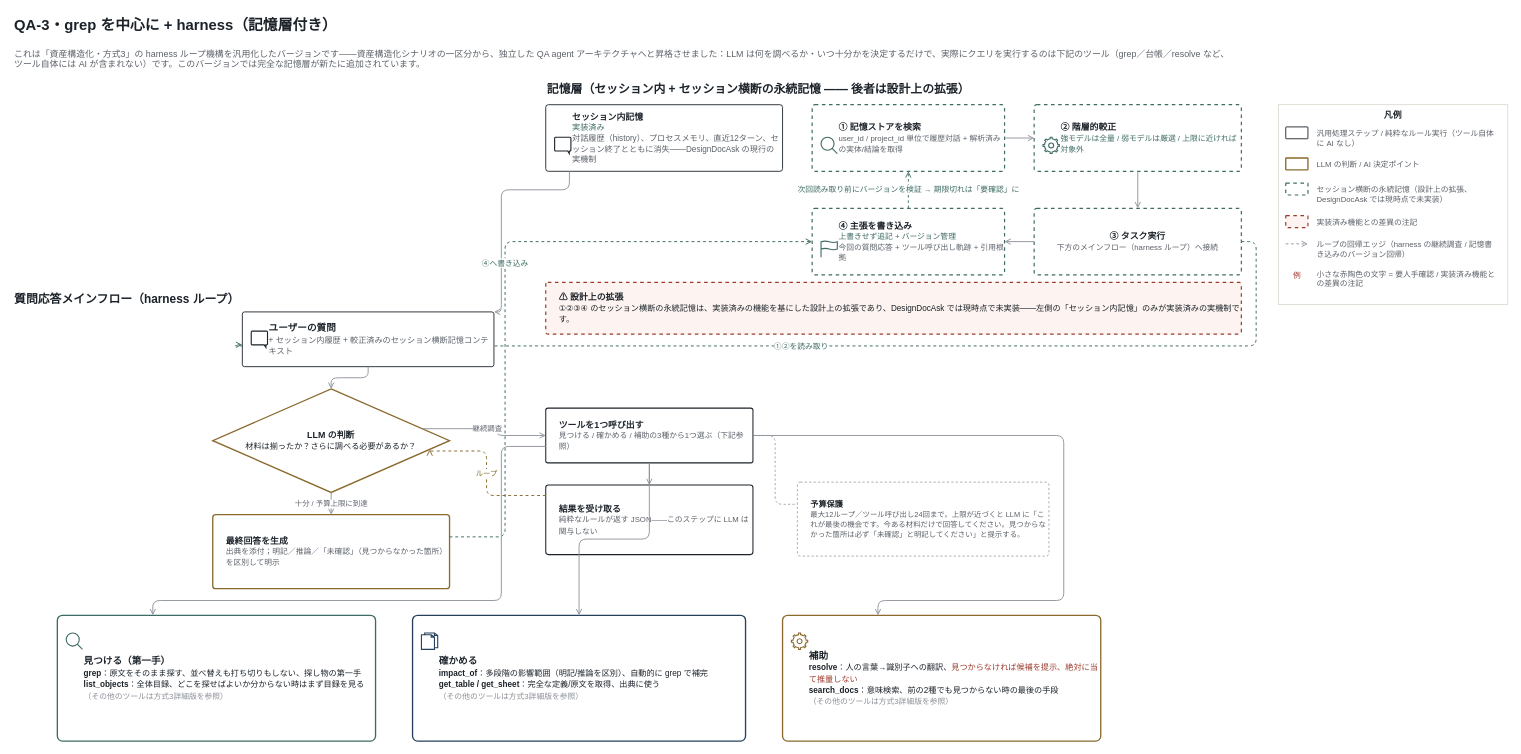
Before: drawio/qa-03-grep-harness-ja.drawio in tiand23/AICompass, a draw.io diagram. Source tidied: cells renumbered, new cells numbered last; positions are measured from the earlier drawing's top-left corner, leaving out a move shared by most shapes. Both pictures are drawn from the tidied source at 74%, with x=0, y=0 at pixel (13, 13).
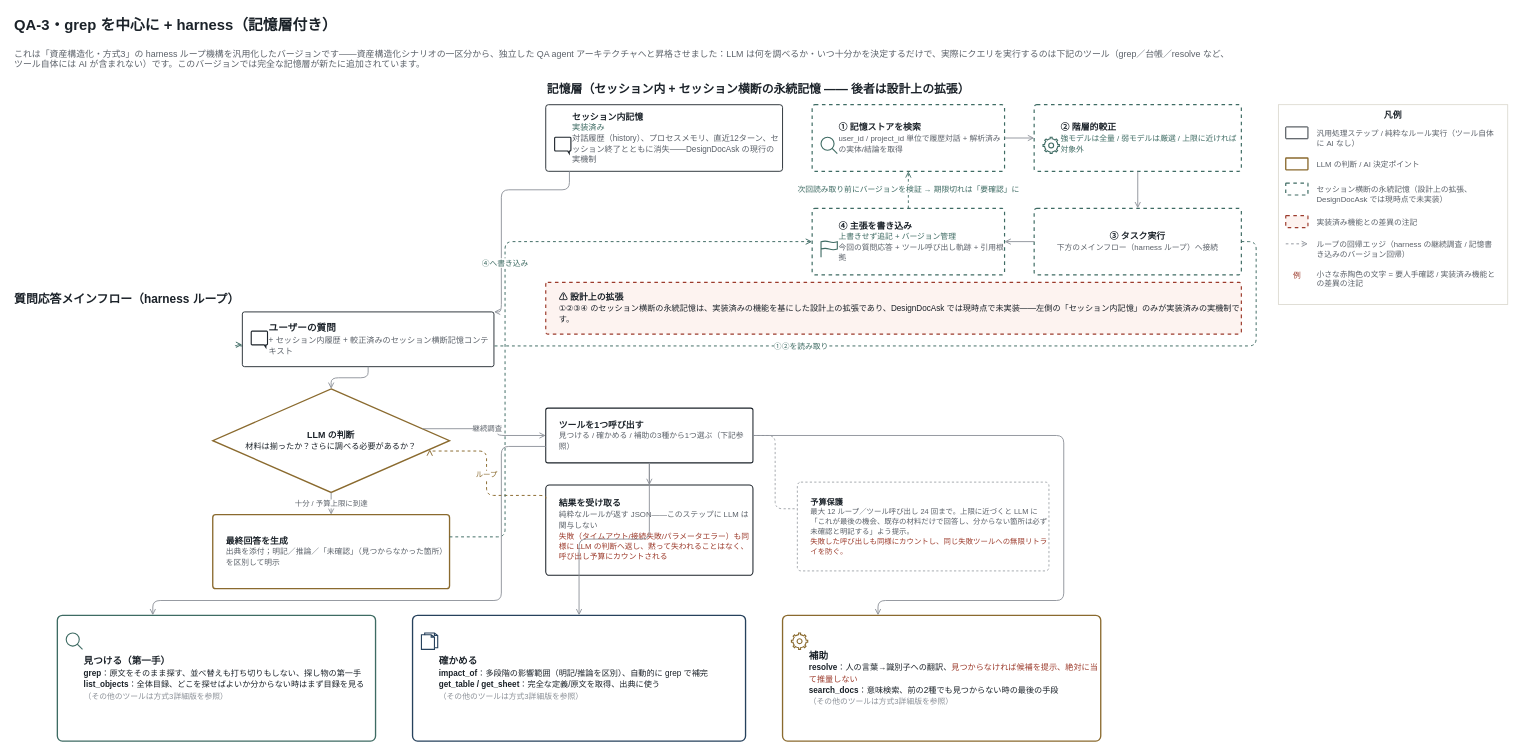
After the change.

Change to the diagram source:
```diff
@@
-    <mxCell id="28" value="&lt;b&gt;結果を受け取る&lt;/b&gt;&lt;br&gt;&lt;font style=&quot;font-size:10.5px&quot; color=#5B6169&gt;純粋なルールが返す JSON——このステップに LLM は関与しない&lt;/font&gt;" style="rounded=1;arcSize=4;whiteSpace=wrap;html=1;fillColor=#FFFFFF;strokeColor=#1B2229;strokeWidth=1.4;align=left;verticalAlign=middle;spacingLeft=16;fontSize=12;fontColor=#1B2229;fontFamily=Helvetica;" parent="1" vertex="1">
-      <mxGeometry x="720" y="638" width="280" height="94" as="geometry" />
+    <mxCell id="28" value="&lt;b&gt;結果を受け取る&lt;/b&gt;&lt;br&gt;&lt;font style=&quot;font-size:10.5px&quot; color=#5B6169&gt;純粋なルールが返す JSON——このステップに LLM は関与しない&lt;/font&gt;&lt;br&gt;&lt;font style=&quot;font-size:10.5px&quot; color=#9C3B2C&gt;失敗（タイムアウト/接続失敗/パラメータエラー）も同様に LLM の判断へ返し、黙って失われることはなく、呼び出し予算にカウントされる&lt;/font&gt;" style="rounded=1;arcSize=4;whiteSpace=wrap;html=1;fillColor=#FFFFFF;strokeColor=#1B2229;strokeWidth=1.4;align=left;verticalAlign=middle;spacingLeft=16;fontSize=12;fontColor=#1B2229;fontFamily=Helvetica;" parent="1" vertex="1">
+      <mxGeometry x="720" y="638" width="280" height="122" as="geometry" />
     </mxCell>
@@
-    <mxCell id="33" value="&lt;b&gt;予算保護&lt;/b&gt;&lt;br&gt;&lt;font style=&quot;font-size:10px&quot; color=#5B6169&gt;最大12ループ／ツール呼び出し24回まで。上限が近づくと LLM に「これが最後の機会です。今ある材料だけで回答してください。見つからなかった箇所は必ず「未確認」と明記してください」と提示する。&lt;/font&gt;" style="rounded=1;arcSize=4;dashed=1;whiteSpace=wrap;html=1;fillColor=#FFFFFF;strokeColor=#8A8F96;strokeWidth=1;align=left;verticalAlign=middle;spacingLeft=16;fontSize=11;fontColor=#1B2229;fontFamily=Helvetica;" parent="1" vertex="1">
-      <mxGeometry x="1060" y="634" width="340" height="100" as="geometry" />
+    <mxCell id="33" value="&lt;b&gt;予算保護&lt;/b&gt;&lt;br&gt;&lt;font style=&quot;font-size:10px&quot; color=#5B6169&gt;最大 12 ループ／ツール呼び出し 24 回まで。上限に近づくと LLM に「これが最後の機会、既存の材料だけで回答し、分からない箇所は必ず未確認と明記する」よう提示。&lt;/font&gt;&lt;br&gt;&lt;font style=&quot;font-size:10px&quot; color=#9C3B2C&gt;失敗した呼び出しも同様にカウントし、同じ失敗ツールへの無限リトライを防ぐ。&lt;/font&gt;" style="rounded=1;arcSize=4;dashed=1;whiteSpace=wrap;html=1;fillColor=#FFFFFF;strokeColor=#8A8F96;strokeWidth=1;align=left;verticalAlign=middle;spacingLeft=16;fontSize=11;fontColor=#1B2229;fontFamily=Helvetica;" parent="1" vertex="1">
+      <mxGeometry x="1060" y="634" width="340" height="120" as="geometry" />
     </mxCell>
```
